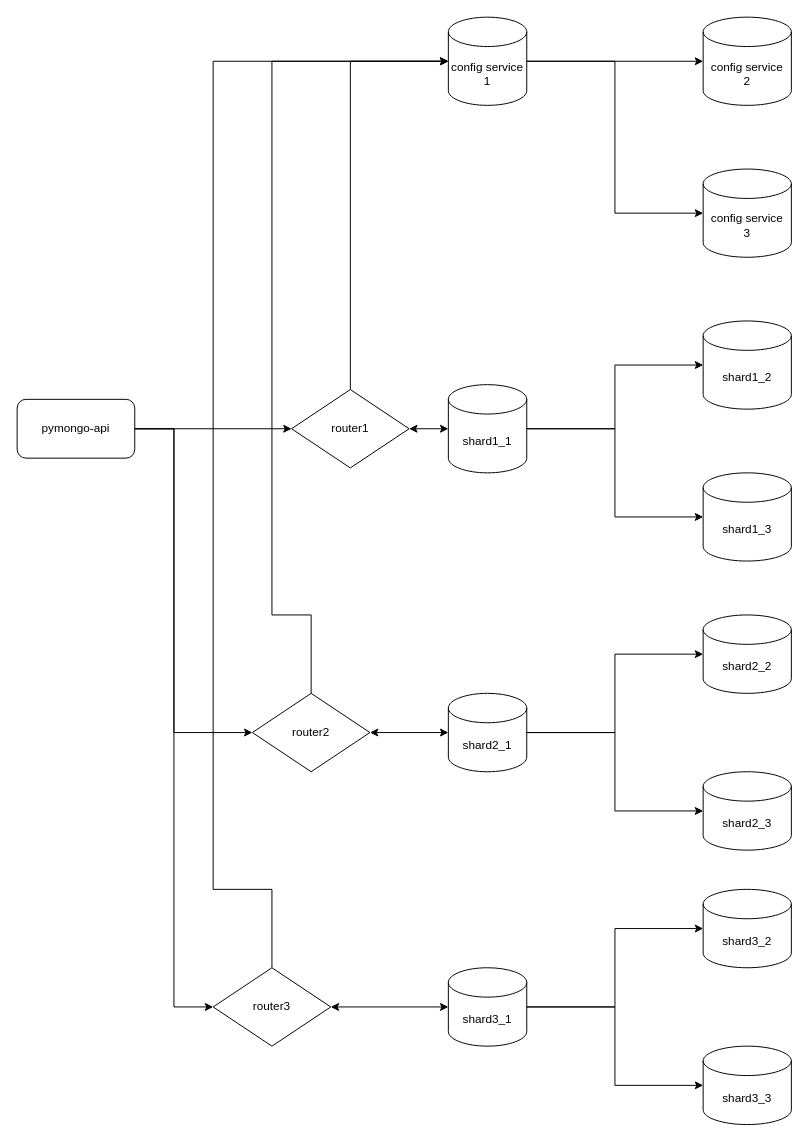
rogzy/architecture-sprint-2 keeps this draw.io diagram as page "2" (3 of 6) of diagram.drawio. Above is the earlier version. Source tidied: cells renumbered, new cells numbered last; positions are measured from the earlier drawing's top-left corner, leaving out a move shared by most shapes. Both pictures are drawn from the tidied source at 98%, with x=0, y=0 at pixel (17, 17).
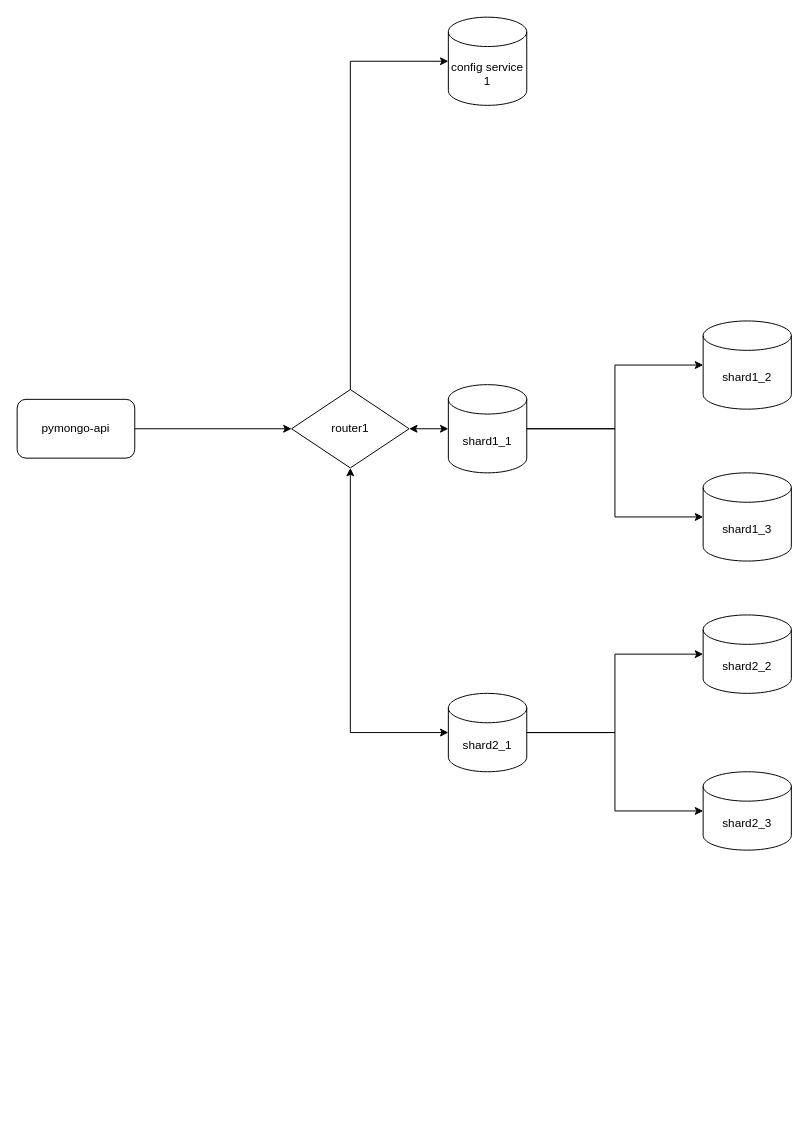
Above is the later version.

Unchanged cells that the change refers to:
```xml
<mxCell id="3" value="pymongo-api" style="rounded=1;whiteSpace=wrap;html=1;" parent="1" vertex="1">
  <mxGeometry y="390" width="120" height="60" as="geometry" />
</mxCell>
<mxCell id="8" value="router1" style="rhombus;whiteSpace=wrap;html=1;" parent="1" vertex="1">
  <mxGeometry x="280" y="380" width="120" height="80" as="geometry" />
</mxCell>
<mxCell id="9" value="shard2_1" style="shape=cylinder3;whiteSpace=wrap;html=1;boundedLbl=1;backgroundOutline=1;size=15;" parent="1" vertex="1">
  <mxGeometry x="440" y="690" width="80" height="80" as="geometry" />
</mxCell>
<mxCell id="28" value="&lt;div&gt;config service&lt;/div&gt;&lt;div&gt;1&lt;/div&gt;" style="shape=cylinder3;whiteSpace=wrap;html=1;boundedLbl=1;backgroundOutline=1;size=15;" parent="1" vertex="1">
  <mxGeometry x="440" width="80" height="90" as="geometry" />
</mxCell>
```

Change to the diagram source:
```diff
@@
-    <mxCell id="7" style="edgeStyle=orthogonalEdgeStyle;rounded=0;jettySize=auto;html=1;startArrow=classic;startFill=1;entryX=0;entryY=0.5;entryDx=0;entryDy=0;entryPerimeter=0;exitX=1;exitY=0.5;exitDx=0;exitDy=0;" parent="1" edge="1" source="10" target="9">
+    <mxCell id="7" style="edgeStyle=orthogonalEdgeStyle;rounded=0;jettySize=auto;html=1;startArrow=classic;startFill=1;entryX=0;entryY=0.5;entryDx=0;entryDy=0;entryPerimeter=0;exitX=0.5;exitY=1;exitDx=0;exitDy=0;" parent="1" edge="1" source="8" target="9">
       <mxGeometry relative="1" as="geometry" />
     </mxCell>
@@
-    <mxCell id="10" value="router2" style="rhombus;whiteSpace=wrap;html=1;" parent="1" vertex="1">
-      <mxGeometry x="240" y="690" width="120" height="80" as="geometry" />
-    </mxCell>
@@
-    <mxCell id="18" style="edgeStyle=orthogonalEdgeStyle;rounded=0;jettySize=auto;html=1;startArrow=classic;startFill=1;entryX=0;entryY=0.5;entryDx=0;entryDy=0;entryPerimeter=0;exitX=1;exitY=0.5;exitDx=0;exitDy=0;" parent="1" edge="1" source="20" target="19">
-      <mxGeometry relative="1" as="geometry" />
-    </mxCell>
-    <mxCell id="19" value="shard3_1" style="shape=cylinder3;whiteSpace=wrap;html=1;boundedLbl=1;backgroundOutline=1;size=15;" parent="1" vertex="1">
-      <mxGeometry x="440" y="970" width="80" height="80" as="geometry" />
-    </mxCell>
-    <mxCell id="20" value="router3" style="rhombus;whiteSpace=wrap;html=1;" parent="1" vertex="1">
-      <mxGeometry x="200" y="970" width="120" height="80" as="geometry" />
-    </mxCell>
-    <mxCell id="21" style="edgeStyle=orthogonalEdgeStyle;rounded=0;jettySize=auto;html=1;entryX=0;entryY=0.5;entryDx=0;entryDy=0;entryPerimeter=0;exitX=1;exitY=0.5;exitDx=0;exitDy=0;exitPerimeter=0;" parent="1" edge="1" source="19" target="22">
-      <mxGeometry relative="1" as="geometry">
-        <Array as="points">
-          <mxPoint x="610" y="1010" />
-          <mxPoint x="610" y="930" />
-        </Array>
-      </mxGeometry>
-    </mxCell>
-    <mxCell id="22" value="shard3_2" style="shape=cylinder3;whiteSpace=wrap;html=1;boundedLbl=1;backgroundOutline=1;size=15;" parent="1" vertex="1">
-      <mxGeometry x="700" y="890" width="90" height="80" as="geometry" />
-    </mxCell>
-    <mxCell id="23" value="shard3_3" style="shape=cylinder3;whiteSpace=wrap;html=1;boundedLbl=1;backgroundOutline=1;size=15;" parent="1" vertex="1">
-      <mxGeometry x="700" y="1050" width="90" height="80" as="geometry" />
-    </mxCell>
-    <mxCell id="24" style="edgeStyle=orthogonalEdgeStyle;rounded=0;jettySize=auto;html=1;entryX=0;entryY=0.5;entryDx=0;entryDy=0;entryPerimeter=0;exitX=1;exitY=0.5;exitDx=0;exitDy=0;exitPerimeter=0;" parent="1" edge="1" source="19" target="23">
-      <mxGeometry relative="1" as="geometry">
-        <Array as="points">
-          <mxPoint x="610" y="1010" />
-          <mxPoint x="610" y="1090" />
-        </Array>
-      </mxGeometry>
-    </mxCell>
-    <mxCell id="25" style="edgeStyle=orthogonalEdgeStyle;rounded=0;jettySize=auto;html=1;exitX=1;exitY=0.5;exitDx=0;exitDy=0;entryX=0;entryY=0.5;entryDx=0;entryDy=0;" parent="1" edge="1" source="3" target="10">
-      <mxGeometry relative="1" as="geometry">
-        <Array as="points">
-          <mxPoint x="160" y="420" />
-          <mxPoint x="160" y="730" />
-        </Array>
-      </mxGeometry>
-    </mxCell>
-    <mxCell id="26" style="edgeStyle=orthogonalEdgeStyle;rounded=0;jettySize=auto;html=1;exitX=1;exitY=0.5;exitDx=0;exitDy=0;entryX=0;entryY=0.5;entryDx=0;entryDy=0;" parent="1" edge="1" source="3" target="20">
-      <mxGeometry relative="1" as="geometry">
-        <Array as="points">
-          <mxPoint x="160" y="420" />
-          <mxPoint x="160" y="1010" />
-        </Array>
-      </mxGeometry>
-    </mxCell>
-    <mxCell id="27" style="edgeStyle=orthogonalEdgeStyle;rounded=0;jettySize=auto;html=1;entryX=0;entryY=0.5;entryDx=0;entryDy=0;entryPerimeter=0;" parent="1" edge="1" source="28" target="29">
-      <mxGeometry relative="1" as="geometry" />
-    </mxCell>
@@
-    <mxCell id="29" value="&lt;div&gt;config service&lt;/div&gt;&lt;div&gt;2&lt;/div&gt;" style="shape=cylinder3;whiteSpace=wrap;html=1;boundedLbl=1;backgroundOutline=1;size=15;" parent="1" vertex="1">
-      <mxGeometry x="700" width="90" height="90" as="geometry" />
-    </mxCell>
-    <mxCell id="30" value="&lt;div&gt;config service&lt;/div&gt;&lt;div&gt;3&lt;/div&gt;" style="shape=cylinder3;whiteSpace=wrap;html=1;boundedLbl=1;backgroundOutline=1;size=15;" parent="1" vertex="1">
-      <mxGeometry x="700" y="155" width="90" height="90" as="geometry" />
-    </mxCell>
-    <mxCell id="31" style="edgeStyle=orthogonalEdgeStyle;rounded=0;jettySize=auto;html=1;entryX=0;entryY=0.5;entryDx=0;entryDy=0;entryPerimeter=0;exitX=1;exitY=0.5;exitDx=0;exitDy=0;exitPerimeter=0;" parent="1" edge="1" source="28" target="30">
-      <mxGeometry relative="1" as="geometry" />
-    </mxCell>
@@
-    <mxCell id="33" style="endArrow=classic;html=1;rounded=0;exitX=0.5;exitY=0;exitDx=0;exitDy=0;entryX=0;entryY=0.5;entryDx=0;entryDy=0;entryPerimeter=0;edgeStyle=orthogonalEdgeStyle;" parent="1" edge="1" source="10" target="28">
-      <mxGeometry relative="1" as="geometry">
-        <Array as="points">
-          <mxPoint x="300" y="610" />
-          <mxPoint x="260" y="610" />
-          <mxPoint x="260" y="45" />
-        </Array>
-      </mxGeometry>
-    </mxCell>
-    <mxCell id="34" style="endArrow=classic;html=1;rounded=0;exitX=0.5;exitY=0;exitDx=0;exitDy=0;entryX=0;entryY=0.5;entryDx=0;entryDy=0;entryPerimeter=0;edgeStyle=orthogonalEdgeStyle;" parent="1" edge="1" source="20" target="28">
-      <mxGeometry relative="1" as="geometry">
-        <Array as="points">
-          <mxPoint x="260" y="890" />
-          <mxPoint x="200" y="890" />
-          <mxPoint x="200" y="45" />
-        </Array>
-      </mxGeometry>
-    </mxCell>
```
